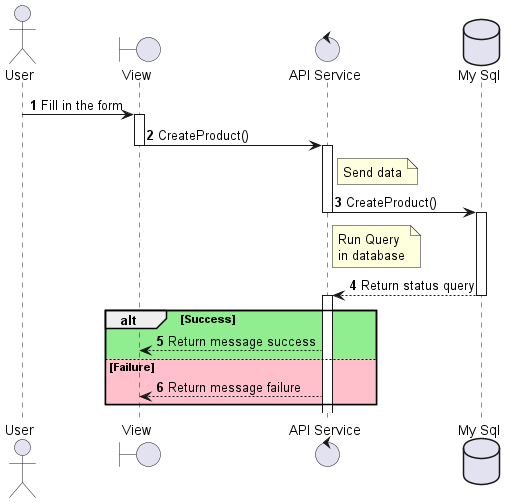
Fitranda/Diagram keeps this PlantUML diagram as out/sequenceDiagram_Product_create/sequenceDiagram_ProductCategory_create.png. Above is the earlier version.
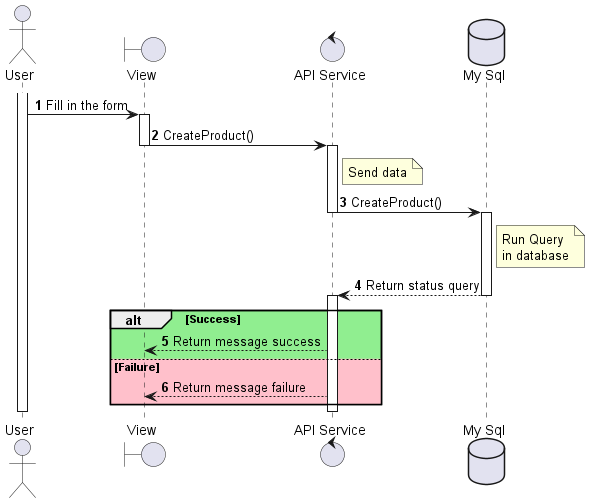
After the change.

The edit, as a diff of the source:
```diff
@@ -5,15 +5,25 @@
 database "My Sql" as DB
 
 autonumber
-User -> View --++ : Fill in the form
-View -> APIService --++ : CreateProduct()
+activate User
+User -> View : Fill in the form
+activate View
+View -> APIService : CreateProduct()
+deactivate View
+activate APIService
 note right of APIService: Send data
-APIService -> DB --++ : CreateProduct()
-note right of APIService: Run Query\nin database
-DB --> APIService --++ : Return status query
-alt #LightGreen  Success
-    APIService --> View  : Return message success
+APIService -> DB : CreateProduct()
+deactivate APIService
+activate DB
+note right of DB: Run Query\nin database
+DB --> APIService : Return status query
+deactivate DB
+activate APIService
+alt #LightGreen Success
+    APIService --> View : Return message success
 else #Pink Failure
-    APIService --> View  : Return message failure
+    APIService --> View : Return message failure
 end
+deactivate User
+deactivate APIService
 @enduml
```
